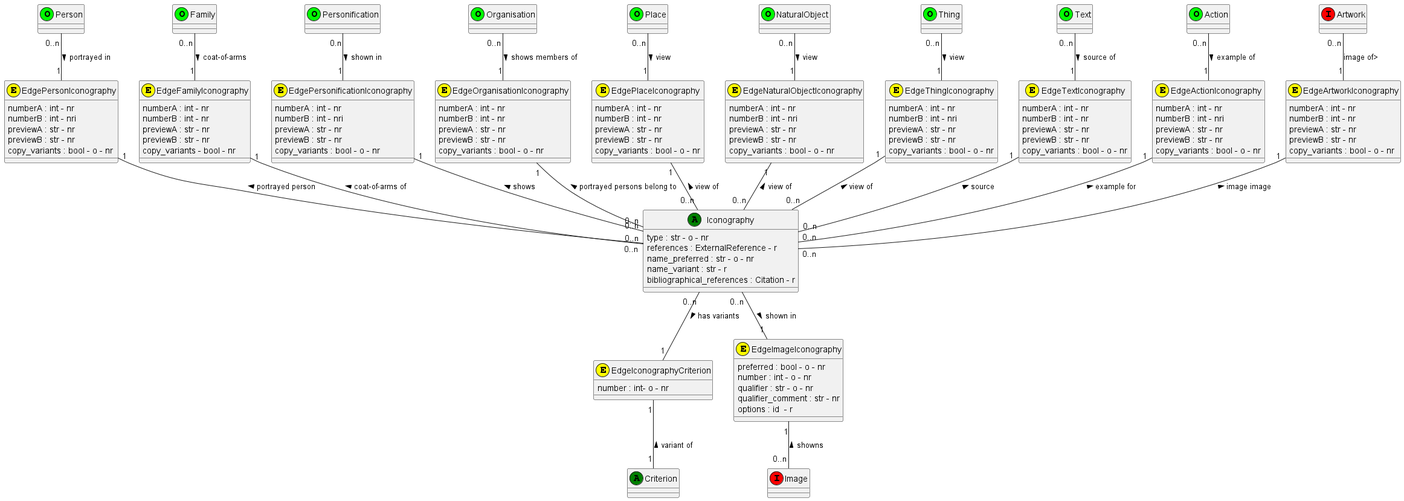
Above: documentation/class_diagrams/Iconography.png in tmasch/bpf_be (PlantUML), before the change.
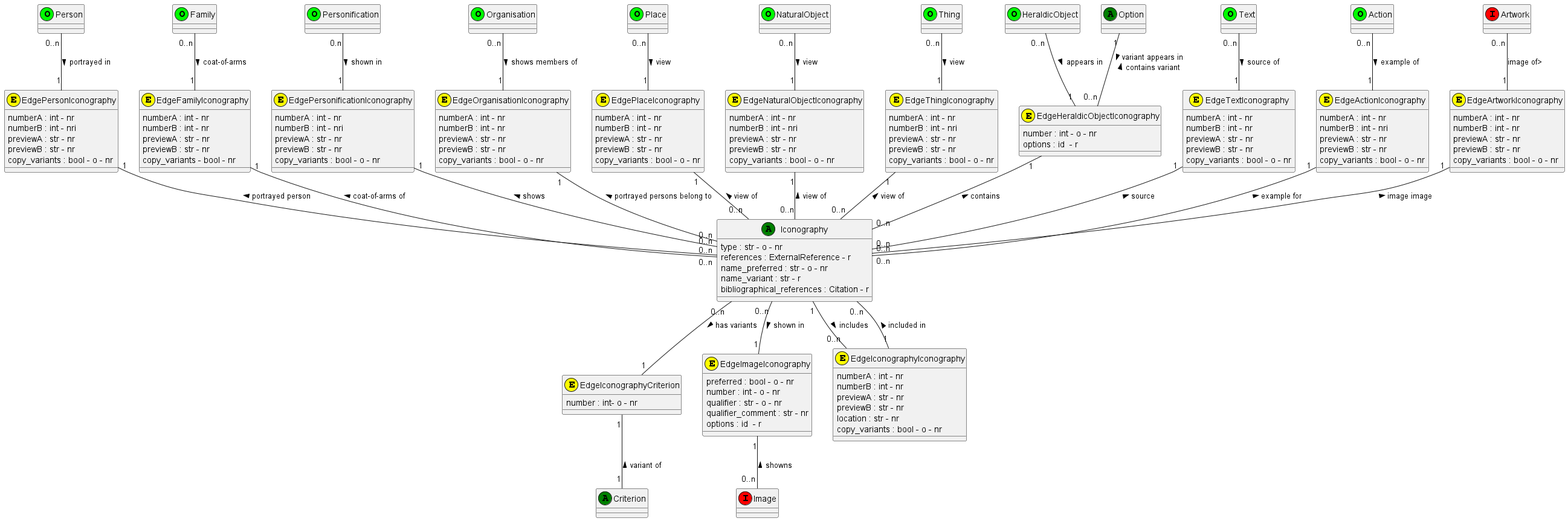
Later version of the same file.

What changed in the source:
```diff
@@ -19,6 +19,10 @@
 class NaturalObject <<(O,lime)>>
 
 class Thing <<(O,lime)>>
+
+class HeraldicObject <<(O,lime)>>
+
+class Option <<(A,green)>>
 
 class Text <<(O,lime)>>
 
@@ -79,6 +83,10 @@
 EdgeThingIconography : previewB : str - nr
 EdgeThingIconography : copy_variants : bool - o - nr
 
+class EdgeHeraldicObjectIconography <<(E,yellow)>>
+EdgeHeraldicObjectIconography : number : int - o - nr
+EdgeHeraldicObjectIconography : options : id  - r
+
 class EdgeTextIconography <<(E,yellow)>>
 EdgeTextIconography : numberA : int - nr
 EdgeTextIconography : numberB : int - nr
@@ -110,6 +118,15 @@
 EdgeImageIconography : qualifier_comment : str - nr
 EdgeImageIconography : options : id  - r
 
+class EdgeIconographyIconography <<(E,yellow)>>
+EdgeIconographyIconography : numberA : int - nr
+EdgeIconographyIconography : numberB : int - nr
+EdgeIconographyIconography : previewA : str - nr
+EdgeIconographyIconography : previewB : str - nr
+EdgeIconographyIconography : location : str - nr
+EdgeIconographyIconography : copy_variants : bool - o - nr
+
+
 
 
 Person "0..n" -- "1" EdgePersonIconography : portrayed in >
@@ -133,6 +150,10 @@
 Thing "0..n" -- "1" EdgeThingIconography : view >
 EdgeThingIconography "1" -- "0..n" Iconography : view of <
 
+HeraldicObject "0..n" -- "1" EdgeHeraldicObjectIconography : appears in >
+Option "1" -- "0..n" EdgeHeraldicObjectIconography : > variant appears in \n contains variant <
+EdgeHeraldicObjectIconography "1" -- "0..n" Iconography : contains <
+
 Text "0..n" -- "1" EdgeTextIconography : source of >
 EdgeTextIconography "1" -- "0..n" Iconography : source <
 
@@ -148,5 +169,8 @@
 Iconography "0..n" -- "1" EdgeImageIconography : shown in >
 EdgeImageIconography "1" -- "0..n" Image : showns  <
 
+EdgeIconographyIconography "1" -- "0..n" Iconography : included in >
+Iconography "1" -- "0..n" EdgeIconographyIconography : includes >
+
 
 @enduml
```
